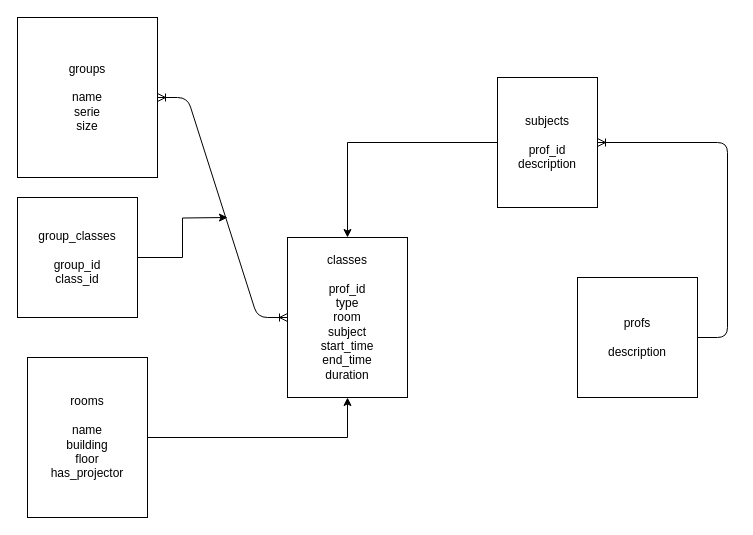
Earlier version of the draw.io diagram db.drawio (gubi7g/orarEtti). Source tidied: cells renumbered, new cells numbered last; positions are measured from the earlier drawing's top-left corner, leaving out a move shared by most shapes. Both pictures are drawn from the tidied source at 100%, with x=0, y=0 at pixel (17, 17).
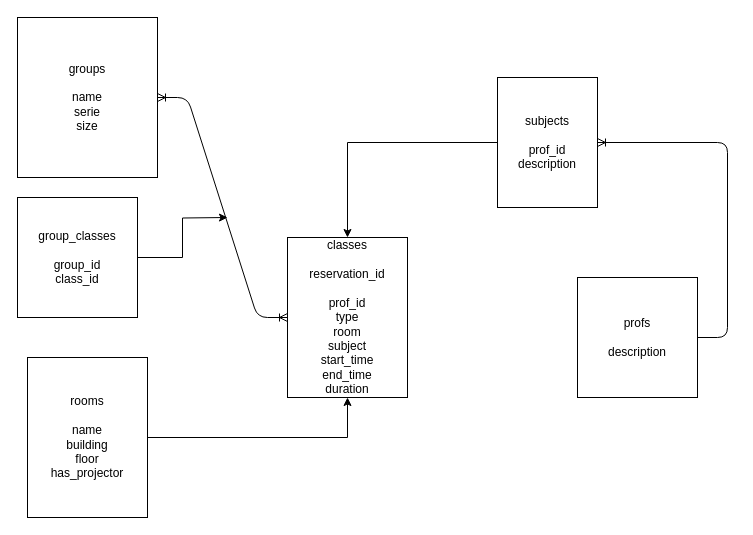
Above is the later version.

Commit message (it also covers changes not shown here):
implemented single select for interm table when GET-ing (consuming interm table)

Change to the diagram source:
```diff
@@
 <mxGraphModel>
   <root>
     <mxCell id="0" />
     <mxCell id="1" parent="0" />
     <mxCell id="2" value="groups&lt;br&gt;&lt;br&gt;name&lt;br&gt;serie&lt;br&gt;size" style="rounded=0;whiteSpace=wrap;html=1;" parent="1" vertex="1">
       <mxGeometry width="140" height="160" as="geometry" />
     </mxCell>
-    <mxCell id="3" value="classes&lt;br&gt;&lt;br&gt;prof_id&lt;br&gt;type&lt;br&gt;room&lt;br&gt;subject&lt;br&gt;start_time&lt;br&gt;end_time&lt;br&gt;duration" style="rounded=0;whiteSpace=wrap;html=1;" parent="1" vertex="1">
+    <mxCell id="3" value="classes&lt;br&gt;&lt;br&gt;reservation_id&lt;br&gt;&lt;br&gt;prof_id&lt;br&gt;type&lt;br&gt;room&lt;br&gt;subject&lt;br&gt;start_time&lt;br&gt;end_time&lt;br&gt;duration" style="rounded=0;whiteSpace=wrap;html=1;" parent="1" vertex="1">
       <mxGeometry x="270" y="220" width="120" height="160" as="geometry" />
     </mxCell>
     <mxCell id="4" style="edgeStyle=entityRelationEdgeStyle;fontSize=12;html=1;endArrow=ERoneToMany;startArrow=ERoneToMany;" parent="1" edge="1" source="3" target="2">
       <mxGeometry relative="1" as="geometry" />
     </mxCell>
     <mxCell id="5" style="edgeStyle=orthogonalEdgeStyle;rounded=0;jettySize=auto;html=1;" parent="1" edge="1" source="6" target="3">
       <mxGeometry relative="1" as="geometry" />
     </mxCell>
     <mxCell id="6" value="subjects&lt;br&gt;&lt;br&gt;prof_id&lt;br&gt;description" style="rounded=0;whiteSpace=wrap;html=1;" parent="1" vertex="1">
       <mxGeometry x="480" y="60" width="100" height="130" as="geometry" />
     </mxCell>
     <mxCell id="7" value="profs&lt;br&gt;&lt;br&gt;description" style="rounded=0;whiteSpace=wrap;html=1;" parent="1" vertex="1">
       <mxGeometry x="560" y="260" width="120" height="120" as="geometry" />
     </mxCell>
     <mxCell id="8" style="edgeStyle=entityRelationEdgeStyle;fontSize=12;html=1;endArrow=ERoneToMany;" parent="1" edge="1" source="7" target="6">
       <mxGeometry relative="1" as="geometry" />
     </mxCell>
     <mxCell id="9" style="edgeStyle=orthogonalEdgeStyle;rounded=0;jettySize=auto;html=1;entryX=0.5;entryY=1;entryDx=0;entryDy=0;" parent="1" edge="1" source="10" target="3">
       <mxGeometry relative="1" as="geometry" />
     </mxCell>
     <mxCell id="10" value="rooms&lt;br&gt;&lt;br&gt;name&lt;br&gt;building&lt;br&gt;floor&lt;br&gt;has_projector" style="rounded=0;whiteSpace=wrap;html=1;" parent="1" vertex="1">
       <mxGeometry x="10" y="340" width="120" height="160" as="geometry" />
     </mxCell>
     <mxCell id="11" style="edgeStyle=orthogonalEdgeStyle;rounded=0;jettySize=auto;html=1;" parent="1" edge="1" source="12">
       <mxGeometry relative="1" as="geometry">
         <mxPoint x="210" y="200" as="targetPoint" />
       </mxGeometry>
     </mxCell>
     <mxCell id="12" value="group_classes&lt;br&gt;&lt;br&gt;group_id&lt;br&gt;class_id" style="rounded=0;whiteSpace=wrap;html=1;" parent="1" vertex="1">
       <mxGeometry y="180" width="120" height="120" as="geometry" />
     </mxCell>
   </root>
 </mxGraphModel>
```
